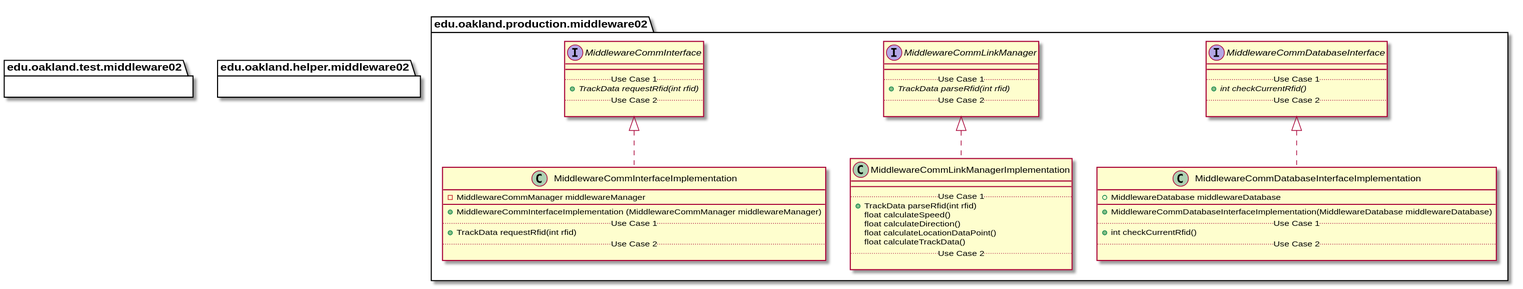
The PlantUML diagram docs/uml-class-diagrams/middleware02/Middleware02Packages_InternalDependencies.svg in andrewdimmer/csi-3370-software-project, before a commit.
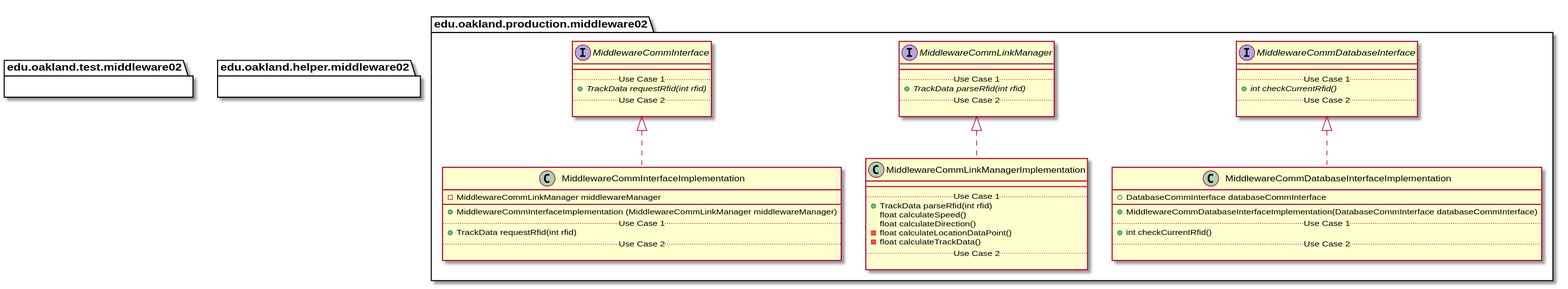
The same file after the commit.

The edit, as a diff of the source:
```diff
@@ -41,9 +41,9 @@
 
 package edu.oakland.production.middleware02 {
     class MiddlewareCommInterfaceImplementation {
-        - MiddlewareCommManager middlewareManager
+        - MiddlewareCommLinkManager middlewareManager
         __
-        + MiddlewareCommInterfaceImplementation (MiddlewareCommManager middlewareManager)
+        + MiddlewareCommInterfaceImplementation (MiddlewareCommLinkManager middlewareManager)
         .. Use Case 1 ..
         + TrackData requestRfid(int rfid)
         .. Use Case 2 ..
@@ -61,8 +61,8 @@
         + TrackData parseRfid(int rfid)
         float calculateSpeed()
         float calculateDirection()
-        float calculateLocationDataPoint()
-        float calculateTrackData()
+        - float calculateLocationDataPoint()
+        - float calculateTrackData()
         .. Use Case 2 ..
 
     }
@@ -73,9 +73,9 @@
 
 package edu.oakland.production.middleware02 {
     class MiddlewareCommDatabaseInterfaceImplementation {
-        + MiddlewareDatabase middlewareDatabase
+        + DatabaseCommInterface databaseCommInterface
         __
-        + MiddlewareCommDatabaseInterfaceImplementation(MiddlewareDatabase middlewareDatabase)
+        + MiddlewareCommDatabaseInterfaceImplementation(DatabaseCommInterface databaseCommInterface)
         .. Use Case 1 ..
         + int checkCurrentRfid()
         .. Use Case 2 ..
```
